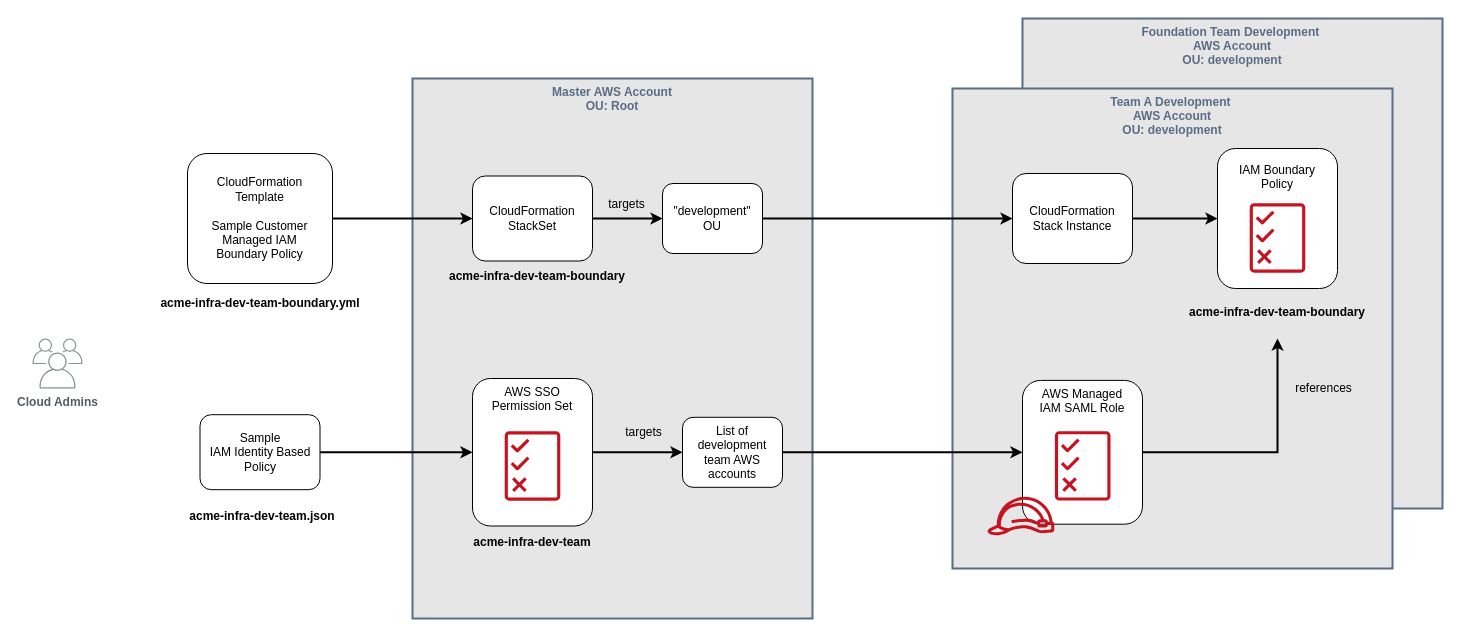
Earlier version of the draw.io diagram page "dev-team-access-provisioning" (9 of 10) of images/initial-foundation.drawio (atimpone/aws-foundation-journey). Source tidied: cells renumbered, new cells numbered last; positions are measured from the earlier drawing's top-left corner, leaving out a move shared by most shapes. Both pictures are drawn from the tidied source at 100%, with x=0, y=0 at pixel (32, 18).
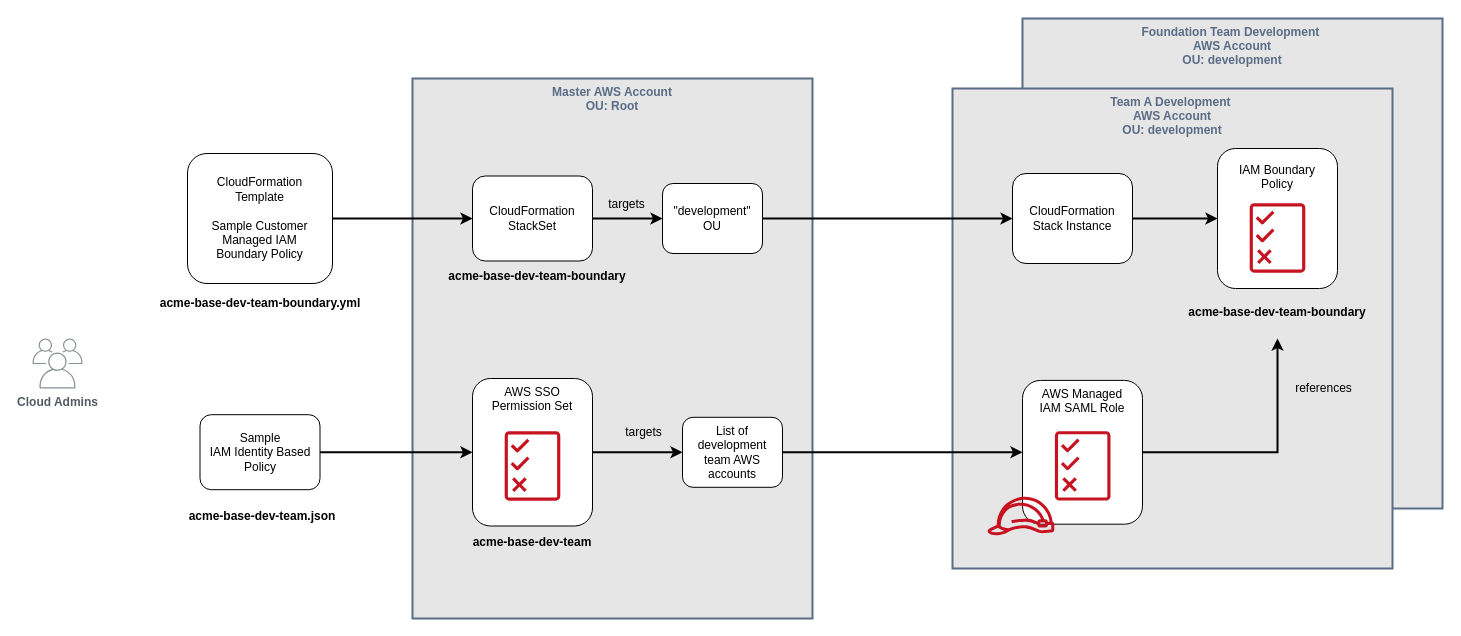
Above is the later version.

Commit message (it also covers changes not shown here):
change infra to base throughout

Change to the diagram source:
```diff
@@
-    <mxCell id="8" value="acme-infra-dev-team.json" style="text;html=1;strokeColor=none;fillColor=none;align=center;verticalAlign=middle;whiteSpace=wrap;rounded=0;fontStyle=1;" parent="1" vertex="1">
+    <mxCell id="8" value="acme-base-dev-team.json" style="text;html=1;strokeColor=none;fillColor=none;align=center;verticalAlign=middle;whiteSpace=wrap;rounded=0;fontStyle=1;" parent="1" vertex="1">
       <mxGeometry x="155" y="487.5" width="150" height="20" as="geometry" />
     </mxCell>
-    <mxCell id="9" value="acme-infra-dev-team-boundary.yml" style="text;html=1;strokeColor=none;fillColor=none;align=center;verticalAlign=middle;whiteSpace=wrap;rounded=0;fontStyle=1;" parent="1" vertex="1">
+    <mxCell id="9" value="acme-base-dev-team-boundary.yml" style="text;html=1;strokeColor=none;fillColor=none;align=center;verticalAlign=middle;whiteSpace=wrap;rounded=0;fontStyle=1;" parent="1" vertex="1">
       <mxGeometry x="102.5" y="275" width="250" height="20" as="geometry" />
     </mxCell>
@@
-    <mxCell id="14" value="acme-infra-dev-team" style="text;html=1;strokeColor=none;fillColor=none;align=center;verticalAlign=middle;whiteSpace=wrap;rounded=0;fontStyle=1;" parent="1" vertex="1">
+    <mxCell id="14" value="acme-base-dev-team" style="text;html=1;strokeColor=none;fillColor=none;align=center;verticalAlign=middle;whiteSpace=wrap;rounded=0;fontStyle=1;" parent="1" vertex="1">
       <mxGeometry x="425" y="513.8" width="150" height="20" as="geometry" />
     </mxCell>
-    <mxCell id="15" value="acme-infra-dev-team-boundary" style="text;html=1;strokeColor=none;fillColor=none;align=center;verticalAlign=middle;whiteSpace=wrap;rounded=0;fontStyle=1;" parent="1" vertex="1">
+    <mxCell id="15" value="acme-base-dev-team-boundary" style="text;html=1;strokeColor=none;fillColor=none;align=center;verticalAlign=middle;whiteSpace=wrap;rounded=0;fontStyle=1;" parent="1" vertex="1">
       <mxGeometry x="380" y="247.5" width="250" height="20" as="geometry" />
     </mxCell>
@@
-    <mxCell id="33" value="acme-infra-dev-team-boundary" style="text;html=1;strokeColor=none;fillColor=none;align=center;verticalAlign=middle;whiteSpace=wrap;rounded=0;fontStyle=1;" parent="1" vertex="1">
+    <mxCell id="33" value="acme-base-dev-team-boundary" style="text;html=1;strokeColor=none;fillColor=none;align=center;verticalAlign=middle;whiteSpace=wrap;rounded=0;fontStyle=1;" parent="1" vertex="1">
       <mxGeometry x="1120" y="284" width="250" height="20" as="geometry" />
     </mxCell>
```
